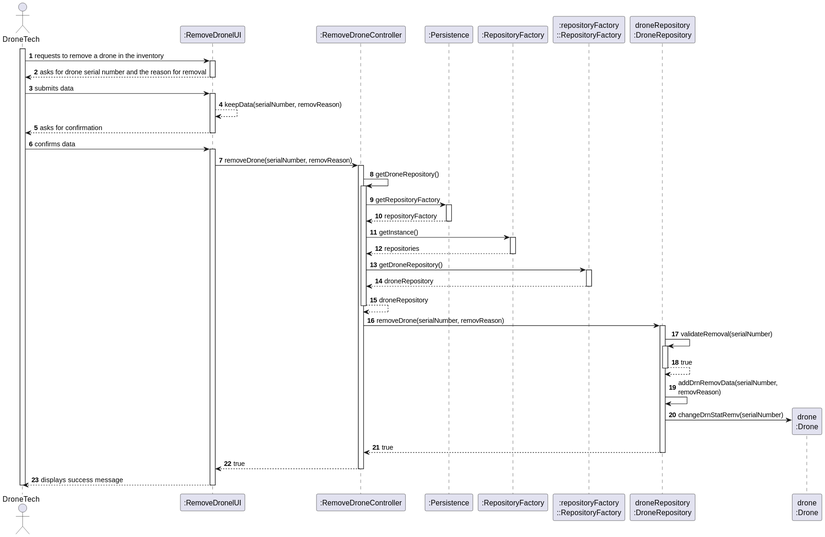
Earlier version of the PlantUML export docs/SPRINT_2/US242/images/sequence_diagram_us242.svg (diogoveirospro/sem4pi-2024-2025-sem4pi_2024_2025_g44).
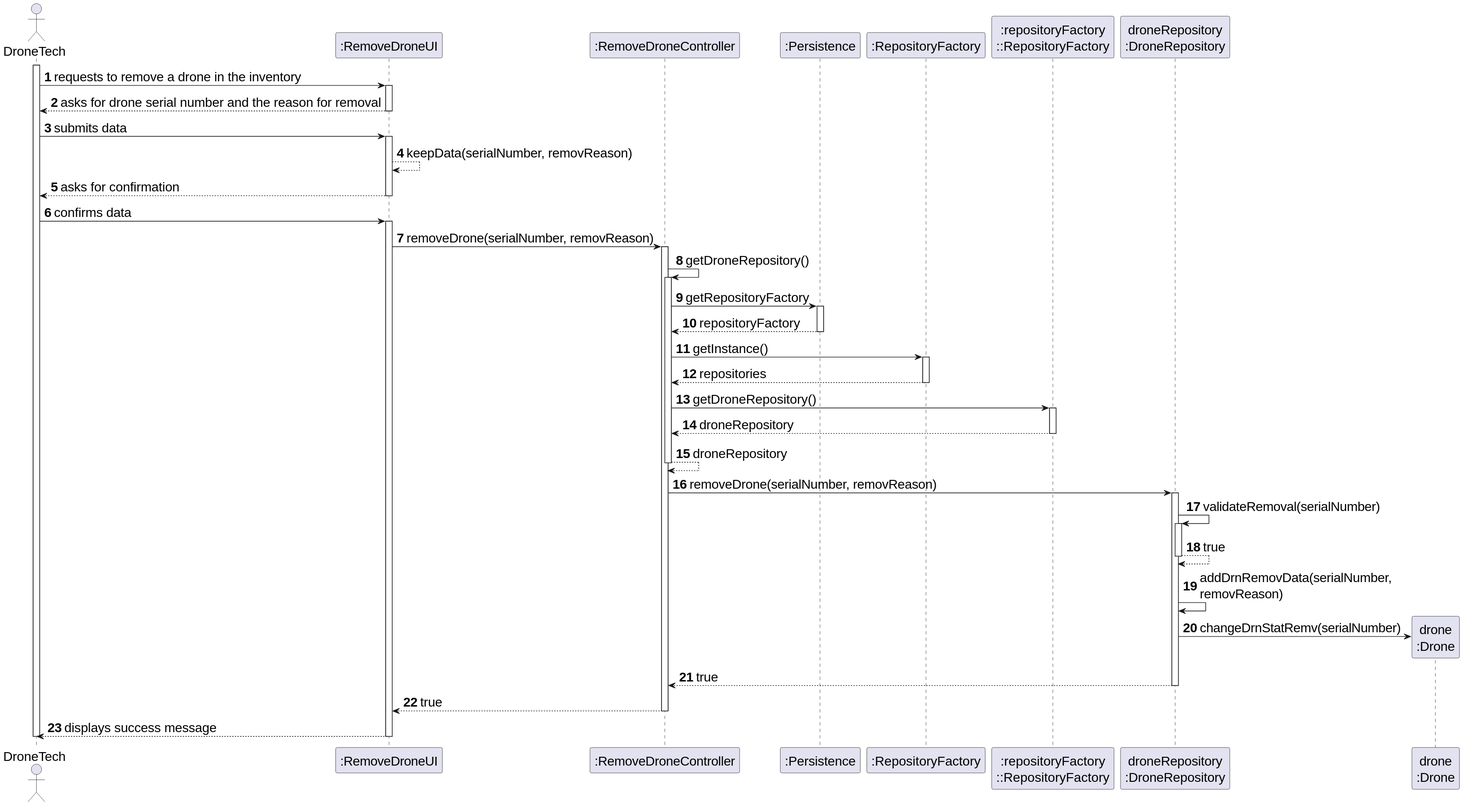
Later version of the same file.

Change to the diagram source:
```diff
@@ -1,4 +1,5 @@
 @startuml
+skinparamlocked defaultFontSize 20
 
 skinparam packageStyle rectangle
 skinparam shadowing false
@@ -6,7 +7,7 @@
 autonumber
 
 actor "DroneTech" as DT
-participant ":RemoveDronelUI" as UI
+participant ":RemoveDroneUI" as UI
 participant ":RemoveDroneController" as CTRL
 participant ":Persistence" as PERS
 participant ":RepositoryFactory" as REPOS
```
